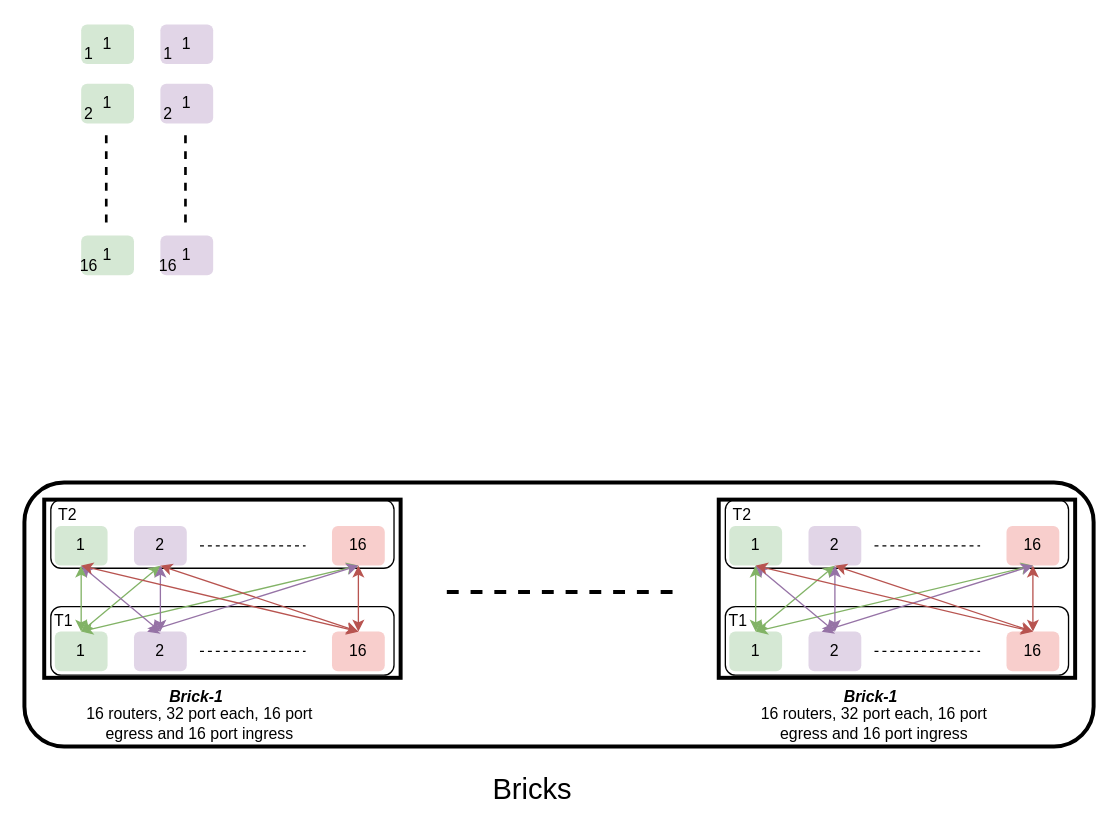
Earlier version of the draw.io diagram aws-brick-spine-clos-network.drawio (sugchand/drawio). Source tidied: cells renumbered, new cells numbered last; positions are measured from the earlier drawing's top-left corner, leaving out a move shared by most shapes. Both pictures are drawn from the tidied source at 132%, with x=0, y=0 at pixel (24, 24).
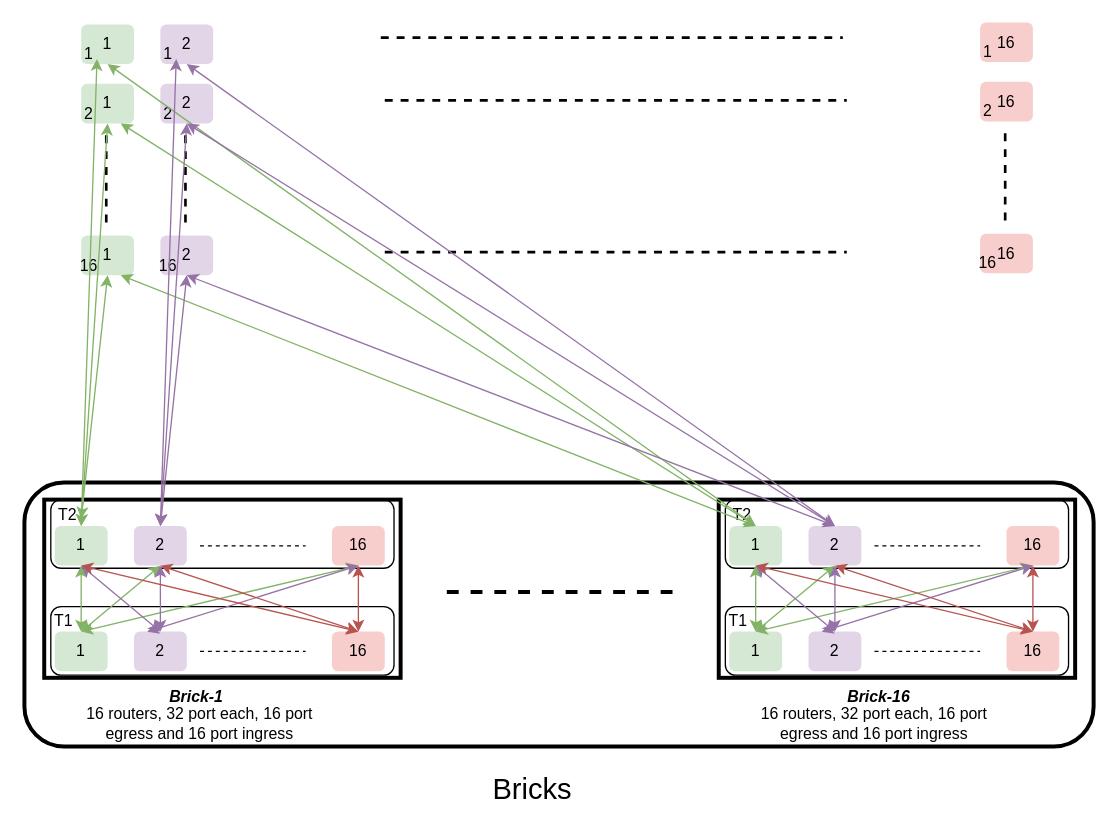
The same diagram, later.

The change refers to these unchanged cells:
```xml
<mxCell id="9" value="1" style="rounded=1;whiteSpace=wrap;html=1;fillColor=#d5e8d4;strokeColor=none;" parent="2" vertex="1">
  <mxGeometry x="8" y="20" width="40" height="30" as="geometry" />
</mxCell>
<mxCell id="10" value="2" style="rounded=1;whiteSpace=wrap;html=1;fillColor=#e1d5e7;strokeColor=none;" parent="2" vertex="1">
  <mxGeometry x="68" y="20" width="40" height="30" as="geometry" />
</mxCell>
<mxCell id="27" value="T2" style="text;html=1;strokeColor=none;fillColor=none;align=center;verticalAlign=middle;whiteSpace=wrap;rounded=0;" parent="2" vertex="1">
  <mxGeometry x="8" y="7" width="20" height="10" as="geometry" />
</mxCell>
<mxCell id="30" style="group;" parent="1" vertex="1">
  <mxGeometry x="526" y="360" width="270" height="180" as="geometry" />
</mxCell>
<mxCell id="36" value="1" style="rounded=1;whiteSpace=wrap;html=1;fillColor=#d5e8d4;strokeColor=none;" parent="30" vertex="1">
  <mxGeometry x="8" y="20" width="40" height="30" as="geometry" />
</mxCell>
<mxCell id="37" value="2" style="rounded=1;whiteSpace=wrap;html=1;fillColor=#e1d5e7;strokeColor=none;" parent="30" vertex="1">
  <mxGeometry x="68" y="20" width="40" height="30" as="geometry" />
</mxCell>
<mxCell id="56" value="1" style="rounded=1;whiteSpace=wrap;html=1;fillColor=#d5e8d4;strokeColor=none;" parent="55" vertex="1">
  <mxGeometry width="40" height="30" as="geometry" />
</mxCell>
<mxCell id="57" value="1" style="rounded=1;whiteSpace=wrap;html=1;fillColor=#d5e8d4;strokeColor=none;" parent="55" vertex="1">
  <mxGeometry y="45" width="40" height="30" as="geometry" />
</mxCell>
<mxCell id="59" value="1" style="rounded=1;whiteSpace=wrap;html=1;fillColor=#d5e8d4;strokeColor=none;" parent="55" vertex="1">
  <mxGeometry y="160" width="40" height="30" as="geometry" />
</mxCell>
<mxCell id="60" value="1" style="text;html=1;strokeColor=none;fillColor=none;align=center;verticalAlign=middle;whiteSpace=wrap;rounded=0;" parent="55" vertex="1">
  <mxGeometry y="15" width="12" height="15" as="geometry" />
</mxCell>
```

The edit, as a diff of the source:
```diff
@@
-    <mxCell id="34" value="&lt;b&gt;&lt;i&gt;Brick-1&lt;/i&gt;&lt;/b&gt;" style="text;html=1;strokeColor=none;fillColor=none;align=center;verticalAlign=middle;whiteSpace=wrap;rounded=0;" parent="30" vertex="1">
-      <mxGeometry x="93" y="140" width="45" height="20" as="geometry" />
+    <mxCell id="34" value="&lt;b&gt;&lt;i&gt;Brick-16&lt;/i&gt;&lt;/b&gt;" style="text;html=1;strokeColor=none;fillColor=none;align=center;verticalAlign=middle;whiteSpace=wrap;rounded=0;" parent="30" vertex="1">
+      <mxGeometry x="93" y="140" width="57" height="20" as="geometry" />
     </mxCell>
@@
+    <mxCell id="70" style="group;" parent="1" vertex="1">
+      <mxGeometry x="103" width="40" height="190" as="geometry" />
+    </mxCell>
-    <mxCell id="63" value="1" style="rounded=1;whiteSpace=wrap;html=1;fillColor=#e1d5e7;strokeColor=none;" parent="1" vertex="1">
-      <mxGeometry x="103" width="40" height="30" as="geometry" />
+    <mxCell id="63" value="2" style="rounded=1;whiteSpace=wrap;html=1;fillColor=#e1d5e7;strokeColor=none;" parent="70" vertex="1">
+      <mxGeometry width="40" height="30" as="geometry" />
     </mxCell>
-    <mxCell id="64" value="1" style="rounded=1;whiteSpace=wrap;html=1;fillColor=#e1d5e7;strokeColor=none;" parent="1" vertex="1">
-      <mxGeometry x="103" y="45" width="40" height="30" as="geometry" />
+    <mxCell id="64" value="2" style="rounded=1;whiteSpace=wrap;html=1;fillColor=#e1d5e7;strokeColor=none;" parent="70" vertex="1">
+      <mxGeometry y="45" width="40" height="30" as="geometry" />
     </mxCell>
-    <mxCell id="65" style="endArrow=none;dashed=1;html=1;strokeWidth=2;" parent="1" edge="1">
+    <mxCell id="65" style="endArrow=none;dashed=1;html=1;strokeWidth=2;" parent="70" edge="1">
       <mxGeometry relative="1" as="geometry">
-        <mxPoint x="122" y="150" as="sourcePoint" />
-        <mxPoint x="122" y="80" as="targetPoint" />
+        <mxPoint x="19" y="150" as="sourcePoint" />
+        <mxPoint x="19" y="80" as="targetPoint" />
       </mxGeometry>
     </mxCell>
-    <mxCell id="66" value="1" style="rounded=1;whiteSpace=wrap;html=1;fillColor=#e1d5e7;strokeColor=none;" parent="1" vertex="1">
-      <mxGeometry x="103" y="160" width="40" height="30" as="geometry" />
+    <mxCell id="66" value="2" style="rounded=1;whiteSpace=wrap;html=1;fillColor=#e1d5e7;strokeColor=none;" parent="70" vertex="1">
+      <mxGeometry y="160" width="40" height="30" as="geometry" />
     </mxCell>
-    <mxCell id="67" value="1" style="text;html=1;strokeColor=none;fillColor=none;align=center;verticalAlign=middle;whiteSpace=wrap;rounded=0;" parent="1" vertex="1">
-      <mxGeometry x="103" y="15" width="12" height="15" as="geometry" />
+    <mxCell id="67" value="1" style="text;html=1;strokeColor=none;fillColor=none;align=center;verticalAlign=middle;whiteSpace=wrap;rounded=0;" parent="70" vertex="1">
+      <mxGeometry y="15" width="12" height="15" as="geometry" />
     </mxCell>
-    <mxCell id="68" value="2" style="text;html=1;strokeColor=none;fillColor=none;align=center;verticalAlign=middle;whiteSpace=wrap;rounded=0;" parent="1" vertex="1">
-      <mxGeometry x="103" y="60" width="12" height="15" as="geometry" />
+    <mxCell id="68" value="2" style="text;html=1;strokeColor=none;fillColor=none;align=center;verticalAlign=middle;whiteSpace=wrap;rounded=0;" parent="70" vertex="1">
+      <mxGeometry y="60" width="12" height="15" as="geometry" />
     </mxCell>
-    <mxCell id="69" value="16" style="text;html=1;strokeColor=none;fillColor=none;align=center;verticalAlign=middle;whiteSpace=wrap;rounded=0;" parent="1" vertex="1">
-      <mxGeometry x="103" y="175" width="12" height="15" as="geometry" />
+    <mxCell id="69" value="16" style="text;html=1;strokeColor=none;fillColor=none;align=center;verticalAlign=middle;whiteSpace=wrap;rounded=0;" parent="70" vertex="1">
+      <mxGeometry y="175" width="12" height="15" as="geometry" />
     </mxCell>
+    <mxCell id="71" style="endArrow=none;dashed=1;html=1;strokeWidth=2;" parent="1" edge="1">
+      <mxGeometry relative="1" as="geometry">
+        <mxPoint x="270" y="10" as="sourcePoint" />
+        <mxPoint x="620" y="10" as="targetPoint" />
+      </mxGeometry>
+    </mxCell>
+    <mxCell id="72" style="group;" parent="1" vertex="1">
+      <mxGeometry x="724" y="-1.5" width="40" height="190" as="geometry" />
+    </mxCell>
+    <mxCell id="73" value="16" style="rounded=1;whiteSpace=wrap;html=1;fillColor=#f8cecc;strokeColor=none;" parent="72" vertex="1">
+      <mxGeometry width="40" height="30" as="geometry" />
+    </mxCell>
+    <mxCell id="74" value="16" style="rounded=1;whiteSpace=wrap;html=1;fillColor=#f8cecc;strokeColor=none;" parent="72" vertex="1">
+      <mxGeometry y="45" width="40" height="30" as="geometry" />
+    </mxCell>
+    <mxCell id="75" style="endArrow=none;dashed=1;html=1;strokeWidth=2;" parent="72" edge="1">
+      <mxGeometry relative="1" as="geometry">
+        <mxPoint x="19" y="150" as="sourcePoint" />
+        <mxPoint x="19" y="80" as="targetPoint" />
+      </mxGeometry>
+    </mxCell>
+    <mxCell id="76" value="16" style="rounded=1;whiteSpace=wrap;html=1;fillColor=#f8cecc;strokeColor=none;" parent="72" vertex="1">
+      <mxGeometry y="160" width="40" height="30" as="geometry" />
+    </mxCell>
+    <mxCell id="77" value="1" style="text;html=1;strokeColor=none;fillColor=none;align=center;verticalAlign=middle;whiteSpace=wrap;rounded=0;" parent="72" vertex="1">
+      <mxGeometry y="15" width="12" height="15" as="geometry" />
+    </mxCell>
+    <mxCell id="78" value="2" style="text;html=1;strokeColor=none;fillColor=none;align=center;verticalAlign=middle;whiteSpace=wrap;rounded=0;" parent="72" vertex="1">
+      <mxGeometry y="60" width="12" height="15" as="geometry" />
+    </mxCell>
+    <mxCell id="79" value="16" style="text;html=1;strokeColor=none;fillColor=none;align=center;verticalAlign=middle;whiteSpace=wrap;rounded=0;" parent="72" vertex="1">
+      <mxGeometry y="175" width="12" height="15" as="geometry" />
+    </mxCell>
+    <mxCell id="80" style="endArrow=none;dashed=1;html=1;strokeWidth=2;" parent="1" edge="1">
+      <mxGeometry relative="1" as="geometry">
+        <mxPoint x="273" y="57.5" as="sourcePoint" />
+        <mxPoint x="623" y="57.5" as="targetPoint" />
+      </mxGeometry>
+    </mxCell>
+    <mxCell id="81" style="endArrow=none;dashed=1;html=1;strokeWidth=2;" parent="1" edge="1">
+      <mxGeometry relative="1" as="geometry">
+        <mxPoint x="273" y="172.5" as="sourcePoint" />
+        <mxPoint x="623" y="172.5" as="targetPoint" />
+      </mxGeometry>
+    </mxCell>
+    <mxCell id="82" style="endArrow=classic;startArrow=classic;html=1;strokeWidth=1;fillColor=#d5e8d4;strokeColor=#82b366;entryX=0.5;entryY=0;entryDx=0;entryDy=0;exitX=1;exitY=0.75;exitDx=0;exitDy=0;" parent="1" edge="1" source="60" target="9">
+      <mxGeometry relative="1" as="geometry" />
+    </mxCell>
+    <mxCell id="83" style="endArrow=classic;startArrow=classic;html=1;strokeWidth=1;fillColor=#d5e8d4;strokeColor=#82b366;entryX=0.5;entryY=0;entryDx=0;entryDy=0;exitX=0.5;exitY=1;exitDx=0;exitDy=0;" parent="1" edge="1" source="57" target="9">
+      <mxGeometry relative="1" as="geometry" />
+    </mxCell>
+    <mxCell id="84" style="endArrow=classic;startArrow=classic;html=1;strokeWidth=1;fillColor=#d5e8d4;strokeColor=#82b366;entryX=1;entryY=0.75;entryDx=0;entryDy=0;exitX=0.5;exitY=1;exitDx=0;exitDy=0;" parent="1" edge="1" source="59" target="27">
+      <mxGeometry relative="1" as="geometry" />
+    </mxCell>
+    <mxCell id="85" style="endArrow=classic;startArrow=classic;html=1;strokeWidth=1;fillColor=#d5e8d4;strokeColor=#82b366;entryX=0.5;entryY=0;entryDx=0;entryDy=0;exitX=0.75;exitY=1;exitDx=0;exitDy=0;" parent="1" edge="1" source="59" target="36">
+      <mxGeometry relative="1" as="geometry" />
+    </mxCell>
+    <mxCell id="86" style="endArrow=classic;startArrow=classic;html=1;strokeWidth=1;fillColor=#d5e8d4;strokeColor=#82b366;entryX=0.5;entryY=0;entryDx=0;entryDy=0;exitX=0.75;exitY=1;exitDx=0;exitDy=0;" parent="1" edge="1" source="57" target="36">
+      <mxGeometry relative="1" as="geometry" />
+    </mxCell>
+    <mxCell id="87" style="endArrow=classic;startArrow=classic;html=1;strokeWidth=1;fillColor=#d5e8d4;strokeColor=#82b366;entryX=0.5;entryY=0;entryDx=0;entryDy=0;exitX=0.5;exitY=1;exitDx=0;exitDy=0;" parent="1" edge="1" source="56" target="36">
+      <mxGeometry relative="1" as="geometry" />
+    </mxCell>
+    <mxCell id="88" style="endArrow=classic;startArrow=classic;html=1;strokeWidth=1;fillColor=#e1d5e7;strokeColor=#9673a6;exitX=0.5;exitY=0;exitDx=0;exitDy=0;entryX=1;entryY=0.75;entryDx=0;entryDy=0;" parent="1" edge="1" source="10" target="67">
+      <mxGeometry relative="1" as="geometry" />
+    </mxCell>
+    <mxCell id="89" style="endArrow=classic;startArrow=classic;html=1;strokeWidth=1;fillColor=#e1d5e7;strokeColor=#9673a6;exitX=0.5;exitY=0;exitDx=0;exitDy=0;entryX=0.5;entryY=1;entryDx=0;entryDy=0;" parent="1" edge="1" source="10" target="64">
+      <mxGeometry relative="1" as="geometry" />
+    </mxCell>
+    <mxCell id="90" style="endArrow=classic;startArrow=classic;html=1;strokeWidth=1;fillColor=#e1d5e7;strokeColor=#9673a6;exitX=0.5;exitY=0;exitDx=0;exitDy=0;entryX=0.5;entryY=1;entryDx=0;entryDy=0;" parent="1" edge="1" source="10" target="66">
+      <mxGeometry relative="1" as="geometry" />
+    </mxCell>
+    <mxCell id="91" style="endArrow=classic;startArrow=classic;html=1;strokeWidth=1;fillColor=#e1d5e7;strokeColor=#9673a6;exitX=0.5;exitY=0;exitDx=0;exitDy=0;entryX=0.5;entryY=1;entryDx=0;entryDy=0;" parent="1" edge="1" source="37" target="66">
+      <mxGeometry relative="1" as="geometry" />
+    </mxCell>
+    <mxCell id="92" style="endArrow=classic;startArrow=classic;html=1;strokeWidth=1;fillColor=#e1d5e7;strokeColor=#9673a6;exitX=0.5;exitY=0;exitDx=0;exitDy=0;entryX=0.5;entryY=1;entryDx=0;entryDy=0;" parent="1" edge="1" source="37" target="64">
+      <mxGeometry relative="1" as="geometry" />
+    </mxCell>
+    <mxCell id="93" style="endArrow=classic;startArrow=classic;html=1;strokeWidth=1;fillColor=#e1d5e7;strokeColor=#9673a6;exitX=0.5;exitY=0;exitDx=0;exitDy=0;entryX=0.5;entryY=1;entryDx=0;entryDy=0;" parent="1" edge="1" source="37" target="63">
+      <mxGeometry relative="1" as="geometry" />
+    </mxCell>
```
